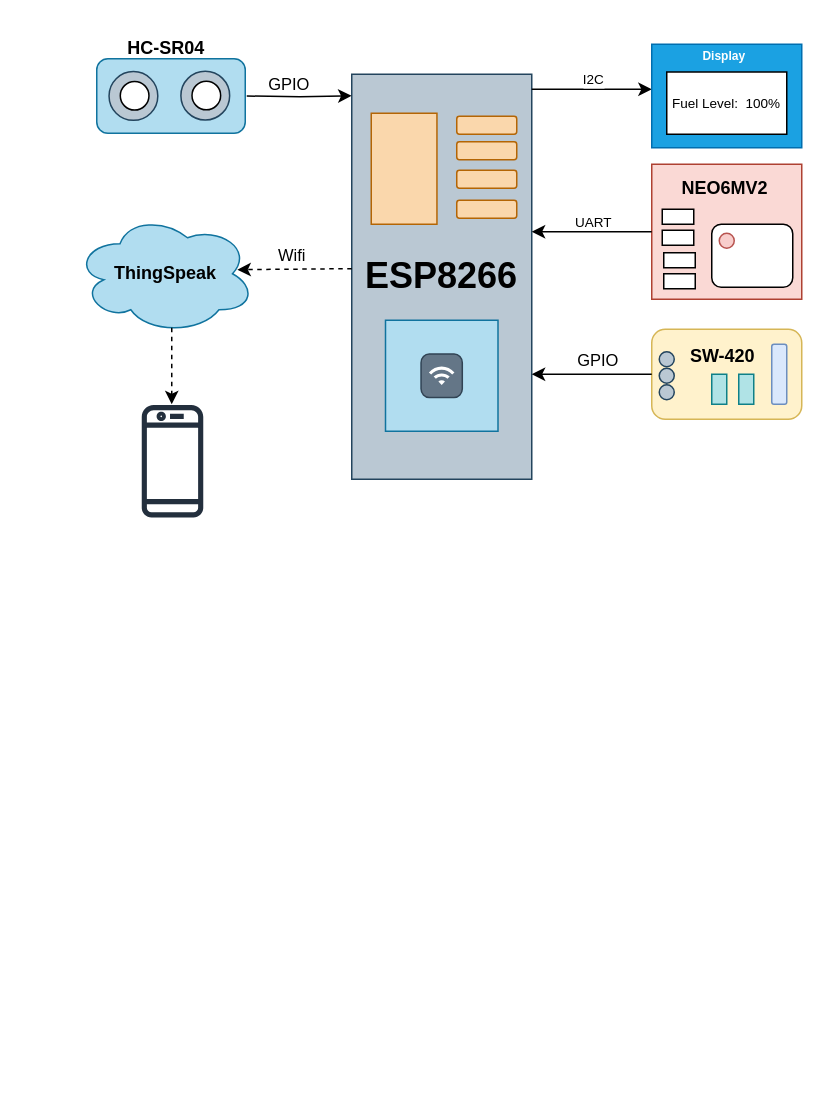
The draw.io diagram FTD.drawio in Muslim-314/Fuel-Theft-Detection, before the edit. Source tidied: cells renumbered, new cells numbered last; positions are measured from the earlier drawing's top-left corner, leaving out a move shared by most shapes. Both pictures are drawn from the tidied source at 150%, with x=0, y=0 at pixel (75, 26).
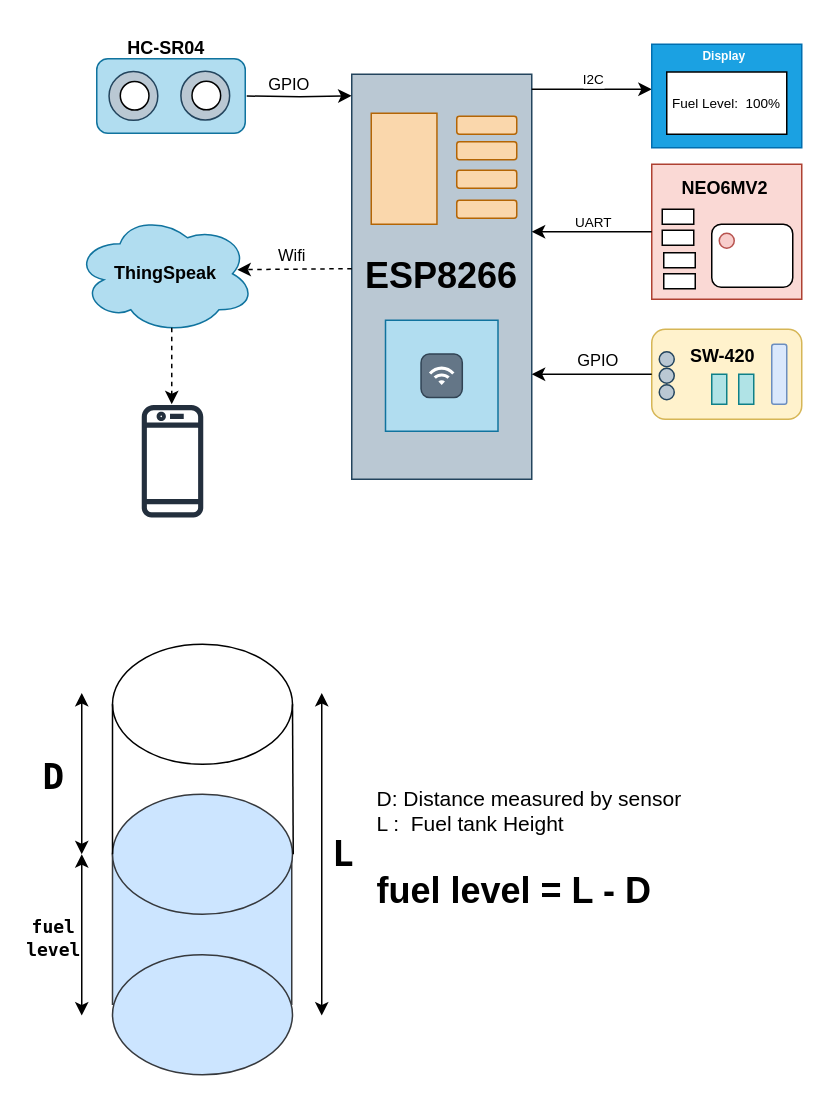
Above is the later version.

Change to the diagram source:
```diff
@@
+    <mxCell id="49" style="rounded=0;whiteSpace=wrap;html=1;fillColor=#cce5ff;strokeColor=#36393d;" parent="1" vertex="1">
+      <mxGeometry x="24.5" y="552" width="119.5" height="100" as="geometry" />
+    </mxCell>
@@
+    <mxCell id="50" style="ellipse;whiteSpace=wrap;html=1;" parent="1" vertex="1">
+      <mxGeometry x="24.5" y="412" width="120" height="80" as="geometry" />
+    </mxCell>
+    <mxCell id="51" style="ellipse;whiteSpace=wrap;html=1;fillColor=#cce5ff;strokeColor=#36393d;" parent="1" vertex="1">
+      <mxGeometry x="24.5" y="619" width="120" height="80" as="geometry" />
+    </mxCell>
+    <mxCell id="52" style="ellipse;whiteSpace=wrap;html=1;fillColor=#cce5ff;strokeColor=#36393d;" parent="1" vertex="1">
+      <mxGeometry x="24.5" y="512" width="120" height="80" as="geometry" />
+    </mxCell>
+    <mxCell id="53" style="endArrow=none;html=1;rounded=0;exitX=1;exitY=0.5;exitDx=0;exitDy=0;" parent="1" edge="1">
+      <mxGeometry relative="1" as="geometry">
+        <mxPoint x="145" y="552" as="sourcePoint" />
+        <mxPoint x="144.5" y="452" as="targetPoint" />
+      </mxGeometry>
+    </mxCell>
+    <mxCell id="54" style="endArrow=none;html=1;rounded=0;exitX=0;exitY=0.5;exitDx=0;exitDy=0;" parent="1" edge="1" source="52">
+      <mxGeometry relative="1" as="geometry">
+        <mxPoint x="24.5" y="452" as="targetPoint" />
+      </mxGeometry>
+    </mxCell>
+    <mxCell id="55" style="endArrow=classic;startArrow=classic;html=1;rounded=0;" parent="1" edge="1">
+      <mxGeometry relative="1" as="geometry">
+        <mxPoint x="164" y="659.5" as="sourcePoint" />
+        <mxPoint x="164" y="444.5" as="targetPoint" />
+      </mxGeometry>
+    </mxCell>
+    <mxCell id="56" value="&lt;font face=&quot;Lucida Console&quot;&gt;&lt;span style=&quot;font-size: 24px;&quot;&gt;&lt;b&gt;L&lt;/b&gt;&lt;/span&gt;&lt;/font&gt;" style="edgeLabel;html=1;align=center;verticalAlign=middle;" parent="55" vertex="1">
+      <mxGeometry x="0.01" y="2" relative="1" as="geometry">
+        <mxPoint x="15" y="1" as="offset" />
+      </mxGeometry>
+    </mxCell>
+    <mxCell id="57" style="endArrow=classic;startArrow=classic;html=1;rounded=0;" parent="1" edge="1">
+      <mxGeometry relative="1" as="geometry">
+        <mxPoint x="4" y="659.5" as="sourcePoint" />
+        <mxPoint x="4" y="552" as="targetPoint" />
+      </mxGeometry>
+    </mxCell>
+    <mxCell id="58" value="&lt;font style=&quot;font-size: 12px;&quot; face=&quot;Lucida Console&quot;&gt;&lt;b style=&quot;&quot;&gt;fuel&lt;/b&gt;&lt;/font&gt;&lt;div&gt;&lt;font style=&quot;font-size: 12px;&quot; face=&quot;Lucida Console&quot;&gt;&lt;b style=&quot;&quot;&gt;level&lt;/b&gt;&lt;/font&gt;&lt;/div&gt;" style="edgeLabel;html=1;align=center;verticalAlign=middle;" parent="57" vertex="1">
+      <mxGeometry x="0.01" y="2" relative="1" as="geometry">
+        <mxPoint x="-18" y="2" as="offset" />
+      </mxGeometry>
+    </mxCell>
+    <mxCell id="59" style="endArrow=classic;startArrow=classic;html=1;rounded=0;" parent="1" edge="1">
+      <mxGeometry relative="1" as="geometry">
+        <mxPoint x="4" y="552" as="sourcePoint" />
+        <mxPoint x="4" y="444.5" as="targetPoint" />
+      </mxGeometry>
+    </mxCell>
+    <mxCell id="60" value="&lt;font face=&quot;Lucida Console&quot;&gt;&lt;span style=&quot;font-size: 24px;&quot;&gt;&lt;b&gt;D&lt;/b&gt;&lt;/span&gt;&lt;/font&gt;" style="edgeLabel;html=1;align=center;verticalAlign=middle;" parent="59" vertex="1">
+      <mxGeometry x="0.01" y="2" relative="1" as="geometry">
+        <mxPoint x="-18" y="2" as="offset" />
+      </mxGeometry>
+    </mxCell>
+    <mxCell id="61" value="&lt;font style=&quot;font-size: 14px;&quot;&gt;D: Distance measured by sensor&lt;/font&gt;&lt;div style=&quot;font-size: 14px;&quot;&gt;&lt;font style=&quot;font-size: 14px;&quot;&gt;L :&amp;nbsp; Fuel tank Height&lt;/font&gt;&lt;/div&gt;" style="text;html=1;align=left;verticalAlign=middle;strokeColor=none;fillColor=none;" parent="1" vertex="1">
+      <mxGeometry x="198.5" y="498" width="230" height="50" as="geometry" />
+    </mxCell>
+    <mxCell id="62" value="&lt;b&gt;&lt;font style=&quot;font-size: 24px;&quot;&gt;fuel level = L - D&lt;/font&gt;&lt;/b&gt;" style="text;html=1;align=left;verticalAlign=middle;whiteSpace=wrap;rounded=0;" parent="1" vertex="1">
+      <mxGeometry x="198.5" y="562" width="267.5" height="30" as="geometry" />
+    </mxCell>
```
